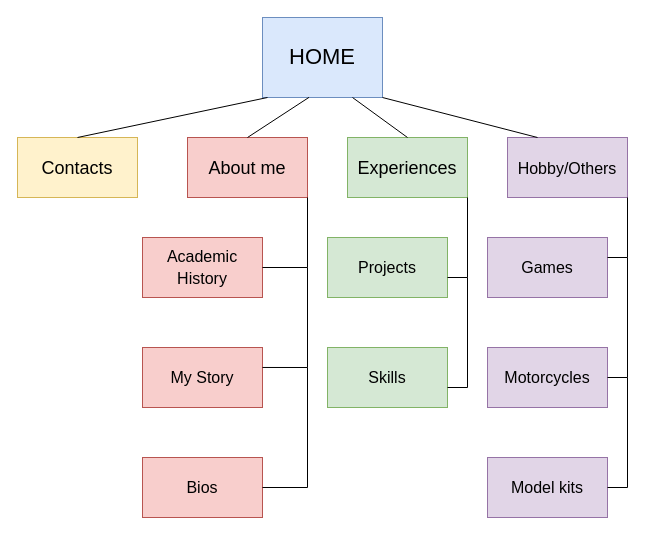
The draw.io diagram Untitled Diagram.drawio in DrOr3O/CSE134B_HW2, before the edit. Source tidied: cells renumbered, new cells numbered last; positions are measured from the earlier drawing's top-left corner, leaving out a move shared by most shapes. Both pictures are drawn from the tidied source at 100%, with x=0, y=0 at pixel (17, 17).
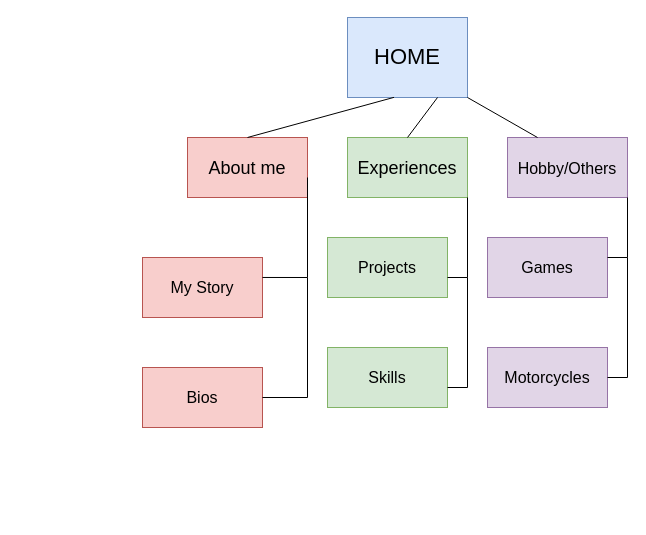
After the change.

Unchanged cells that the change refers to:
```xml
<mxCell id="4" value="&lt;font style=&quot;font-size: 18px;&quot;&gt;About me&lt;/font&gt;" style="rounded=0;whiteSpace=wrap;html=1;fontSize=22;fillColor=#f8cecc;strokeColor=#b85450;" parent="1" vertex="1">
  <mxGeometry x="170" y="120" width="120" height="60" as="geometry" />
</mxCell>
```

What changed in the source:
```diff
@@
     <mxCell id="2" value="&lt;font style=&quot;font-size: 22px;&quot;&gt;HOME&lt;/font&gt;" style="rounded=0;whiteSpace=wrap;html=1;fillColor=#dae8fc;strokeColor=#6c8ebf;" parent="1" vertex="1">
-      <mxGeometry x="245" width="120" height="80" as="geometry" />
+      <mxGeometry x="330" width="120" height="80" as="geometry" />
     </mxCell>
-    <mxCell id="3" value="&lt;font style=&quot;font-size: 18px;&quot;&gt;Contacts&lt;/font&gt;" style="rounded=0;whiteSpace=wrap;html=1;fontSize=22;fillColor=#fff2cc;strokeColor=#d6b656;" parent="1" vertex="1">
-      <mxGeometry y="120" width="120" height="60" as="geometry" />
-    </mxCell>
@@
-    <mxCell id="7" style="endArrow=none;html=1;rounded=0;fontSize=18;exitX=0.5;exitY=0;exitDx=0;exitDy=0;" parent="1" edge="1" source="3">
-      <mxGeometry relative="1" as="geometry">
-        <mxPoint x="250" y="80" as="targetPoint" />
-      </mxGeometry>
-    </mxCell>
@@
-    <mxCell id="11" value="&lt;font style=&quot;font-size: 16px;&quot;&gt;Academic History&lt;/font&gt;" style="rounded=0;whiteSpace=wrap;html=1;fontSize=18;fillColor=#f8cecc;strokeColor=#b85450;" parent="1" vertex="1">
-      <mxGeometry x="125" y="220" width="120" height="60" as="geometry" />
-    </mxCell>
@@
     <mxCell id="13" value="&lt;font style=&quot;font-size: 16px;&quot;&gt;My Story&lt;/font&gt;" style="rounded=0;whiteSpace=wrap;html=1;fontSize=18;fillColor=#f8cecc;strokeColor=#b85450;" parent="1" vertex="1">
-      <mxGeometry x="125" y="330" width="120" height="60" as="geometry" />
+      <mxGeometry x="125" y="240" width="120" height="60" as="geometry" />
     </mxCell>
@@
-    <mxCell id="15" style="endArrow=none;html=1;rounded=0;fontSize=18;entryX=1;entryY=1;entryDx=0;entryDy=0;exitX=1;exitY=0.5;exitDx=0;exitDy=0;" parent="1" edge="1" source="11" target="4">
-      <mxGeometry relative="1" as="geometry">
-        <Array as="points">
-          <mxPoint x="290" y="250" />
-        </Array>
-      </mxGeometry>
-    </mxCell>
@@
     <mxCell id="17" style="endArrow=none;html=1;rounded=0;fontSize=16;exitX=1;exitY=0.333;exitDx=0;exitDy=0;exitPerimeter=0;" parent="1" edge="1" source="13">
       <mxGeometry relative="1" as="geometry">
-        <mxPoint x="290" y="250" as="targetPoint" />
+        <mxPoint x="290" y="160" as="targetPoint" />
         <Array as="points">
-          <mxPoint x="290" y="350" />
+          <mxPoint x="290" y="260" />
         </Array>
       </mxGeometry>
     </mxCell>
@@
-    <mxCell id="19" value="&lt;font style=&quot;font-size: 16px;&quot;&gt;Model kits&lt;/font&gt;" style="rounded=0;whiteSpace=wrap;html=1;fontSize=18;fillColor=#e1d5e7;strokeColor=#9673a6;" parent="1" vertex="1">
-      <mxGeometry x="470" y="440" width="120" height="60" as="geometry" />
-    </mxCell>
@@
-    <mxCell id="22" style="endArrow=none;html=1;rounded=0;fontSize=16;exitX=1;exitY=0.5;exitDx=0;exitDy=0;" parent="1" edge="1" source="19">
-      <mxGeometry relative="1" as="geometry">
-        <mxPoint x="610" y="360" as="targetPoint" />
-        <Array as="points">
-          <mxPoint x="610" y="470" />
-        </Array>
-      </mxGeometry>
-    </mxCell>
@@
     <mxCell id="25" value="Bios" style="rounded=0;whiteSpace=wrap;html=1;fontSize=16;fillColor=#f8cecc;strokeColor=#b85450;" parent="1" vertex="1">
-      <mxGeometry x="125" y="440" width="120" height="60" as="geometry" />
+      <mxGeometry x="125" y="350" width="120" height="60" as="geometry" />
     </mxCell>
     <mxCell id="26" style="endArrow=none;html=1;rounded=0;fontSize=16;exitX=1;exitY=0.5;exitDx=0;exitDy=0;" parent="1" edge="1" source="25">
       <mxGeometry relative="1" as="geometry">
-        <mxPoint x="290" y="350" as="targetPoint" />
+        <mxPoint x="290" y="260" as="targetPoint" />
         <Array as="points">
-          <mxPoint x="290" y="470" />
+          <mxPoint x="290" y="380" />
         </Array>
       </mxGeometry>
     </mxCell>
```
